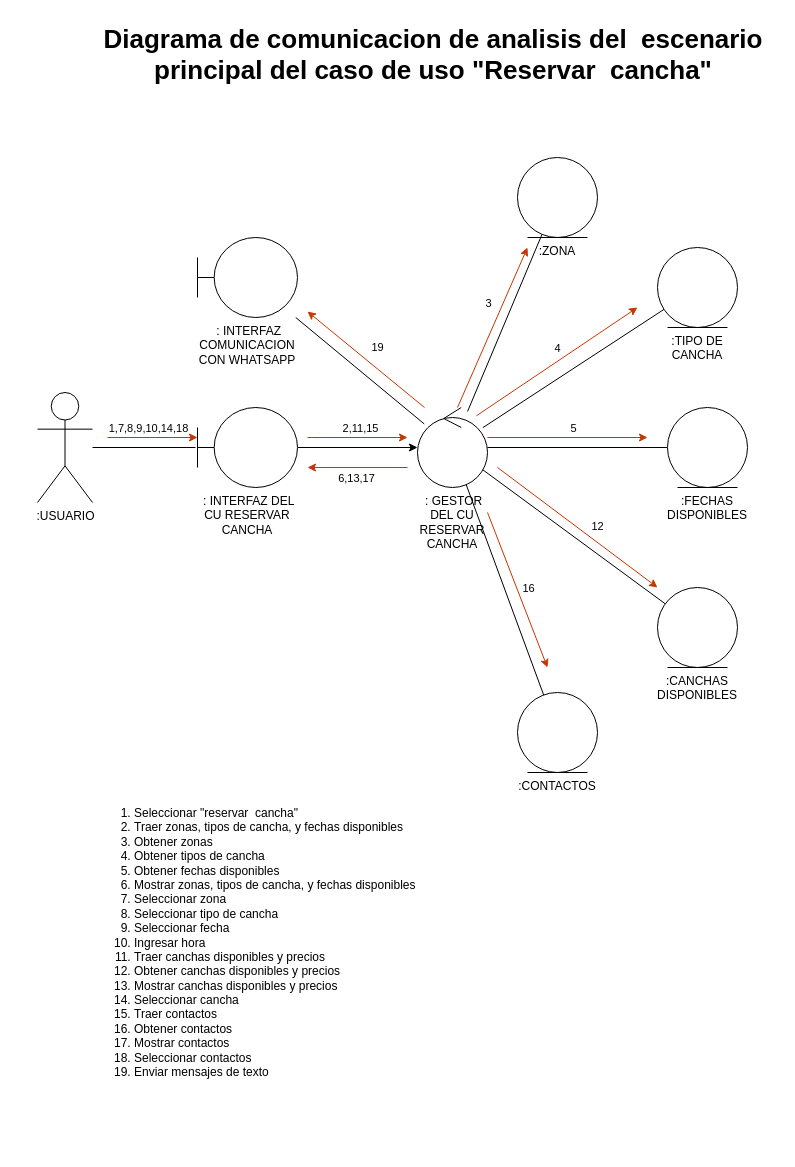
Above: Partidazo_MANA.drawio in Kryshta/Analisis-de-Sistemas (draw.io), before the change. Source tidied: cells renumbered, new cells numbered last; positions are measured from the earlier drawing's top-left corner, leaving out a move shared by most shapes. Both pictures are drawn from the tidied source at 100%, with x=0, y=0 at pixel (37, 17).
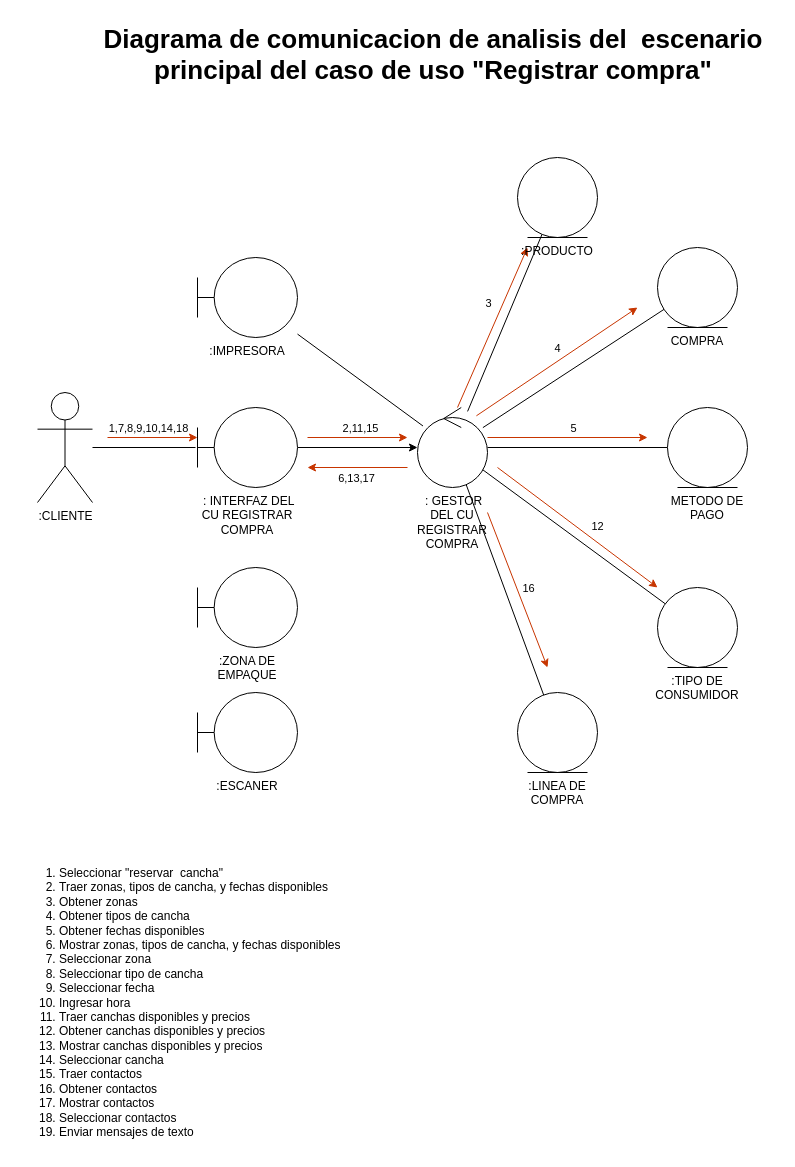
The same diagram, later.

The edit, as a diff of the source:
```diff
@@
-    <mxCell id="5" value="&amp;nbsp;: INTERFAZ DEL CU RESERVAR CANCHA" style="shape=umlBoundary;whiteSpace=wrap;html=1;labelPosition=center;verticalLabelPosition=bottom;align=center;verticalAlign=top;" parent="1" vertex="1">
+    <mxCell id="5" value="&amp;nbsp;: INTERFAZ DEL CU REGISTRAR COMPRA" style="shape=umlBoundary;whiteSpace=wrap;html=1;labelPosition=center;verticalLabelPosition=bottom;align=center;verticalAlign=top;" parent="1" vertex="1">
       <mxGeometry x="160" y="390" width="100" height="80" as="geometry" />
     </mxCell>
-    <mxCell id="6" value=":USUARIO" style="shape=umlActor;verticalLabelPosition=bottom;verticalAlign=top;html=1;" parent="1" vertex="1">
+    <mxCell id="6" value=":CLIENTE" style="shape=umlActor;verticalLabelPosition=bottom;verticalAlign=top;html=1;" parent="1" vertex="1">
       <mxGeometry y="375" width="55" height="110" as="geometry" />
     </mxCell>
-    <mxCell id="7" value="&amp;nbsp;: INTERFAZ COMUNICACION CON WHATSAPP" style="shape=umlBoundary;whiteSpace=wrap;html=1;labelPosition=center;verticalLabelPosition=bottom;align=center;verticalAlign=top;" parent="1" vertex="1">
-      <mxGeometry x="160" y="220" width="100" height="80" as="geometry" />
+    <mxCell id="7" value=":IMPRESORA" style="shape=umlBoundary;whiteSpace=wrap;html=1;labelPosition=center;verticalLabelPosition=bottom;align=center;verticalAlign=top;" parent="1" vertex="1">
+      <mxGeometry x="160" y="240" width="100" height="80" as="geometry" />
     </mxCell>
@@
-    <mxCell id="20" value="&amp;nbsp;: GESTOR DEL CU RESERVAR CANCHA" style="ellipse;shape=umlControl;whiteSpace=wrap;html=1;labelPosition=center;verticalLabelPosition=bottom;align=center;verticalAlign=top;" parent="1" vertex="1">
+    <mxCell id="20" value="&amp;nbsp;: GESTOR DEL CU REGISTRAR COMPRA" style="ellipse;shape=umlControl;whiteSpace=wrap;html=1;labelPosition=center;verticalLabelPosition=bottom;align=center;verticalAlign=top;" parent="1" vertex="1">
       <mxGeometry x="380" y="390" width="70" height="80" as="geometry" />
     </mxCell>
-    <mxCell id="21" value=":ZONA" style="ellipse;shape=umlEntity;whiteSpace=wrap;html=1;labelPosition=center;verticalLabelPosition=bottom;align=center;verticalAlign=top;" parent="1" vertex="1">
+    <mxCell id="21" value=":PRODUCTO" style="ellipse;shape=umlEntity;whiteSpace=wrap;html=1;labelPosition=center;verticalLabelPosition=bottom;align=center;verticalAlign=top;" parent="1" vertex="1">
       <mxGeometry x="480" y="140" width="80" height="80" as="geometry" />
     </mxCell>
-    <mxCell id="22" value=":TIPO DE CANCHA" style="ellipse;shape=umlEntity;whiteSpace=wrap;html=1;labelPosition=center;verticalLabelPosition=bottom;align=center;verticalAlign=top;" parent="1" vertex="1">
+    <mxCell id="22" value="COMPRA" style="ellipse;shape=umlEntity;whiteSpace=wrap;html=1;labelPosition=center;verticalLabelPosition=bottom;align=center;verticalAlign=top;" parent="1" vertex="1">
       <mxGeometry x="620" y="230" width="80" height="80" as="geometry" />
     </mxCell>
-    <mxCell id="23" value=":FECHAS DISPONIBLES" style="ellipse;shape=umlEntity;whiteSpace=wrap;html=1;labelPosition=center;verticalLabelPosition=bottom;align=center;verticalAlign=top;" parent="1" vertex="1">
+    <mxCell id="23" value="METODO DE PAGO&lt;br&gt;" style="ellipse;shape=umlEntity;whiteSpace=wrap;html=1;labelPosition=center;verticalLabelPosition=bottom;align=center;verticalAlign=top;" parent="1" vertex="1">
       <mxGeometry x="630" y="390" width="80" height="80" as="geometry" />
     </mxCell>
-    <mxCell id="24" value=":CANCHAS DISPONIBLES" style="ellipse;shape=umlEntity;whiteSpace=wrap;html=1;labelPosition=center;verticalLabelPosition=bottom;align=center;verticalAlign=top;" parent="1" vertex="1">
+    <mxCell id="24" value=":TIPO DE CONSUMIDOR" style="ellipse;shape=umlEntity;whiteSpace=wrap;html=1;labelPosition=center;verticalLabelPosition=bottom;align=center;verticalAlign=top;" parent="1" vertex="1">
       <mxGeometry x="620" y="570" width="80" height="80" as="geometry" />
     </mxCell>
-    <mxCell id="25" value=":CONTACTOS" style="ellipse;shape=umlEntity;whiteSpace=wrap;html=1;labelPosition=center;verticalLabelPosition=bottom;align=center;verticalAlign=top;" parent="1" vertex="1">
+    <mxCell id="25" value=":LINEA DE COMPRA" style="ellipse;shape=umlEntity;whiteSpace=wrap;html=1;labelPosition=center;verticalLabelPosition=bottom;align=center;verticalAlign=top;" parent="1" vertex="1">
       <mxGeometry x="480" y="675" width="80" height="80" as="geometry" />
     </mxCell>
@@
-    <mxCell id="33" value="19" style="rounded=1;orthogonalLoop=1;jettySize=auto;html=1;fillColor=#fa6800;strokeColor=#C73500;" parent="1" edge="1">
-      <mxGeometry x="-0.02" y="-17" relative="1" as="geometry">
-        <mxPoint x="387" y="390" as="sourcePoint" />
-        <mxPoint x="270" y="294" as="targetPoint" />
-        <mxPoint x="-1" as="offset" />
-      </mxGeometry>
-    </mxCell>
@@
-    <mxCell id="36" value="&lt;div align=&quot;center&quot;&gt;&lt;b&gt;&lt;font style=&quot;font-size:26px;&quot; size=&quot;26px&quot;&gt;Diagrama de comunicacion de&lt;/font&gt;&lt;/b&gt;&lt;b&gt;&lt;font style=&quot;font-size:26px;&quot; size=&quot;26px&quot;&gt; analisis del&amp;nbsp; escenario principal del caso de uso &quot;Reservar&amp;nbsp; cancha&quot;&lt;/font&gt;&lt;/b&gt;&lt;br&gt;&lt;/div&gt;    &lt;br&gt;  " style="text;html=1;whiteSpace=wrap;overflow=hidden;rounded=0;" parent="1" vertex="1">
+    <mxCell id="36" value="&lt;div align=&quot;center&quot;&gt;&lt;b&gt;&lt;font style=&quot;font-size:26px;&quot; size=&quot;26px&quot;&gt;Diagrama de comunicacion de&lt;/font&gt;&lt;/b&gt;&lt;b&gt;&lt;font style=&quot;font-size:26px;&quot; size=&quot;26px&quot;&gt; analisis del&amp;nbsp; escenario principal del caso de uso &quot;Registrar compra&quot;&lt;/font&gt;&lt;/b&gt;&lt;br&gt;&lt;/div&gt;    &lt;br&gt;  " style="text;html=1;whiteSpace=wrap;overflow=hidden;rounded=0;" parent="1" vertex="1">
       <mxGeometry x="50" width="690" height="120" as="geometry" />
     </mxCell>
     <mxCell id="37" value="&lt;ol&gt;&lt;li&gt;Seleccionar &quot;reservar &amp;nbsp;cancha&quot;&lt;br&gt;      &lt;/li&gt;&lt;li&gt;Traer zonas, tipos de cancha, y fechas disponibles&lt;br&gt;      &lt;/li&gt;&lt;li&gt;Obtener zonas&lt;br&gt;      &lt;/li&gt;&lt;li&gt;Obtener tipos de cancha&lt;br&gt;      &lt;/li&gt;&lt;li&gt;Obtener fechas disponibles&lt;br&gt;      &lt;/li&gt;&lt;li&gt;Mostrar zonas, tipos de cancha, y fechas disponibles&lt;br&gt;      &lt;/li&gt;&lt;li&gt;Seleccionar zona&lt;br&gt;      &lt;/li&gt;&lt;li&gt;Seleccionar tipo de cancha&lt;br&gt;      &lt;/li&gt;&lt;li&gt;Seleccionar fecha&lt;br&gt;      &lt;/li&gt;&lt;li&gt;Ingresar hora&lt;br&gt;      &lt;/li&gt;&lt;li&gt;Traer canchas disponibles y precios&lt;br&gt;      &lt;/li&gt;&lt;li&gt;Obtener canchas disponibles y precios&lt;br&gt;      &lt;/li&gt;&lt;li&gt;Mostrar canchas disponibles y precios&lt;br&gt;      &lt;/li&gt;&lt;li&gt;Seleccionar cancha&lt;br&gt;      &lt;/li&gt;&lt;li&gt;Traer contactos&lt;br&gt;      &lt;/li&gt;&lt;li&gt;Obtener contactos&lt;br&gt;      &lt;/li&gt;&lt;li&gt;Mostrar contactos&lt;br&gt;      &lt;/li&gt;&lt;li&gt;Seleccionar contactos&lt;br&gt;      &lt;/li&gt;&lt;li&gt;Enviar mensajes de texto&lt;br&gt;      &lt;/li&gt;&lt;/ol&gt;&lt;br&gt;    &lt;p style=&quot;margin-top:0;&quot;&gt;&lt;br&gt;      &amp;nbsp;&lt;br&gt;    &lt;/p&gt;&lt;br&gt;  " style="text;html=1;whiteSpace=wrap;overflow=hidden;rounded=0;" parent="1" vertex="1">
-      <mxGeometry x="55" y="770" width="665" height="300" as="geometry" />
+      <mxGeometry x="-20" y="830" width="665" height="300" as="geometry" />
     </mxCell>
+    <mxCell id="38" value=":ZONA DE EMPAQUE" style="shape=umlBoundary;whiteSpace=wrap;html=1;labelPosition=center;verticalLabelPosition=bottom;align=center;verticalAlign=top;" parent="1" vertex="1">
+      <mxGeometry x="160" y="550" width="100" height="80" as="geometry" />
+    </mxCell>
+    <mxCell id="39" value=":ESCANER" style="shape=umlBoundary;whiteSpace=wrap;html=1;labelPosition=center;verticalLabelPosition=bottom;align=center;verticalAlign=top;" parent="1" vertex="1">
+      <mxGeometry x="160" y="675" width="100" height="80" as="geometry" />
+    </mxCell>
```
